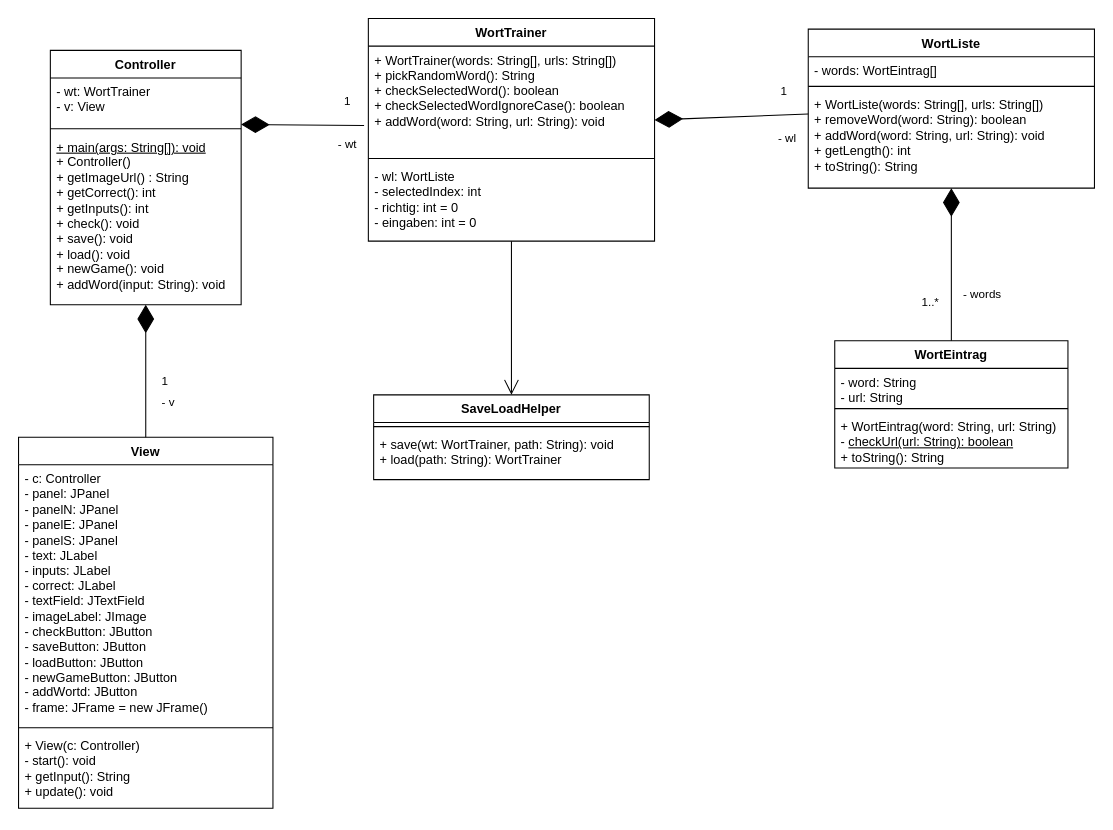
Earlier version of the draw.io diagram doc/worttrainer.drawio (TGM-HIT/sew9-2425-worttrainer-czlabinger). Source tidied: cells renumbered, new cells numbered last; positions are measured from the earlier drawing's top-left corner, leaving out a move shared by most shapes. Both pictures are drawn from the tidied source at 106%, with x=0, y=0 at pixel (18, 18).
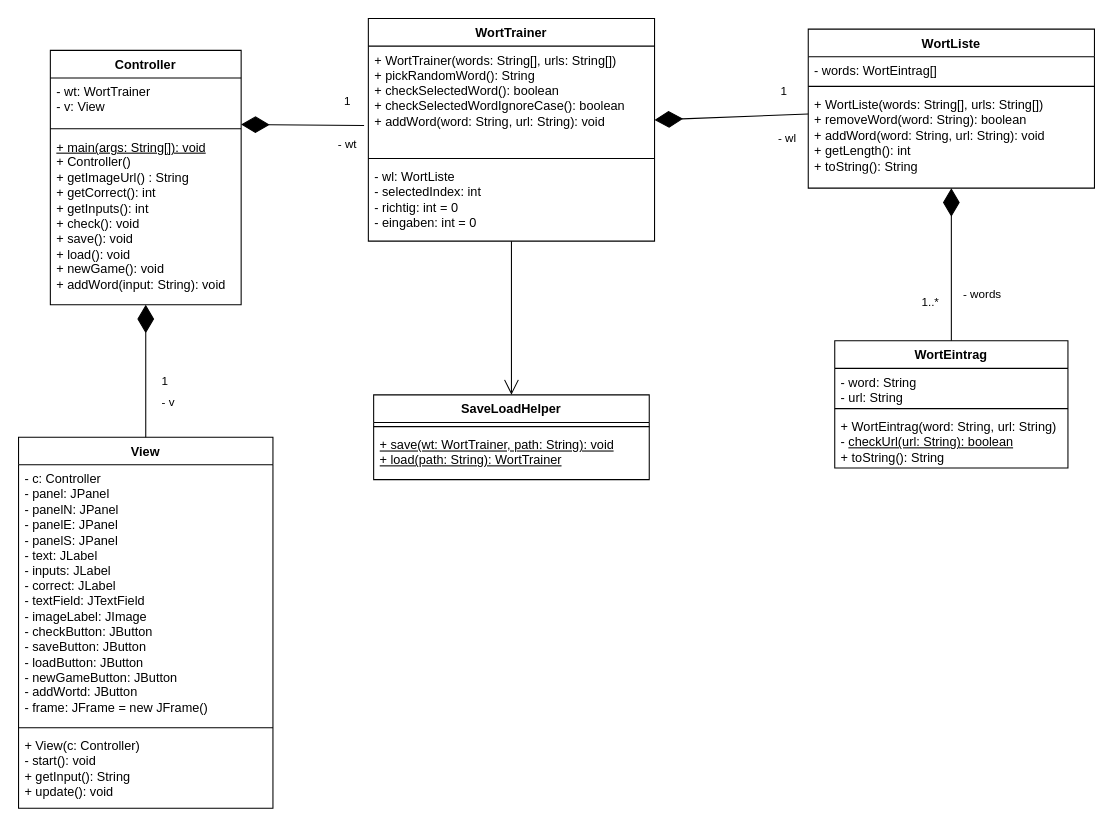
Above is the later version.

Commit message (it also covers changes not shown here):
Made save/load methods static in uml

Unchanged cells that the change refers to:
```xml
<mxCell id="34" value="SaveLoadHelper" style="swimlane;fontStyle=1;align=center;verticalAlign=top;horizontal=1;startSize=26;whiteSpace=wrap;html=1;" parent="1" vertex="1">
  <mxGeometry x="335" y="355" width="260" height="80" as="geometry" />
</mxCell>
```

Diff of the diagram source:
```diff
@@
-    <mxCell id="36" value="+ save(wt: WortTrainer, path: String): void&lt;div&gt;+ load(path: String): WortTrainer&lt;/div&gt;" style="text;strokeColor=none;fillColor=none;align=left;verticalAlign=top;spacingLeft=4;spacingRight=4;overflow=hidden;whiteSpace=wrap;html=1;" parent="34" vertex="1">
+    <mxCell id="36" value="&lt;u&gt;+ save(wt: WortTrainer, path: String): void&lt;/u&gt;&lt;div&gt;&lt;u&gt;+ load(path: String): WortTrainer&lt;/u&gt;&lt;/div&gt;" style="text;strokeColor=none;fillColor=none;align=left;verticalAlign=top;spacingLeft=4;spacingRight=4;overflow=hidden;whiteSpace=wrap;html=1;" parent="34" vertex="1">
       <mxGeometry y="34" width="260" height="46" as="geometry" />
     </mxCell>
```
